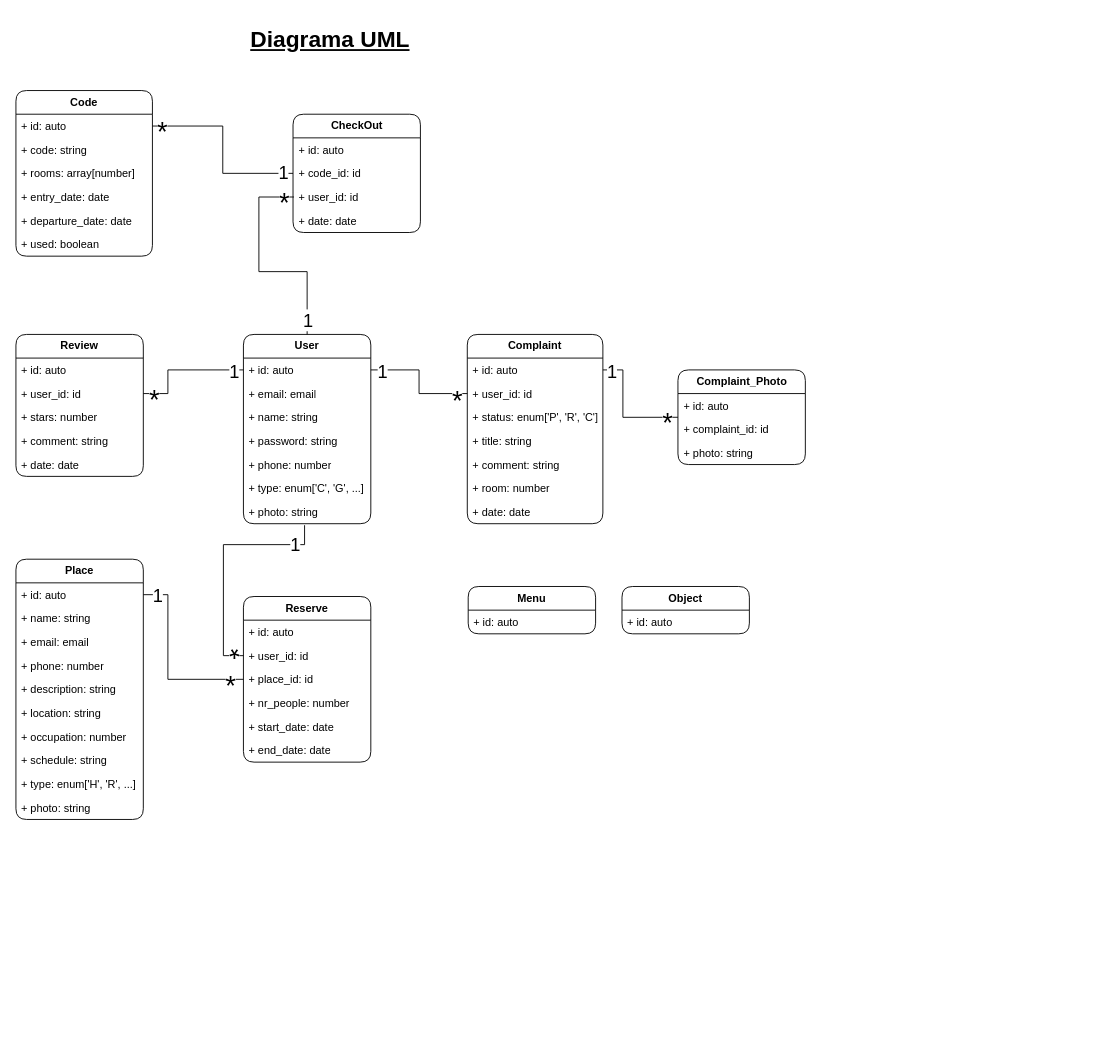
The draw.io diagram page "Diagrama UML" (1 of 2) of HappyGuest.drawio in Happy-Guest/HG-Notes, before the edit. Source tidied: cells renumbered, new cells numbered last; positions are measured from the earlier drawing's top-left corner, leaving out a move shared by most shapes. Both pictures are drawn from the tidied source at 91%, with x=0, y=0 at pixel (15, 15).
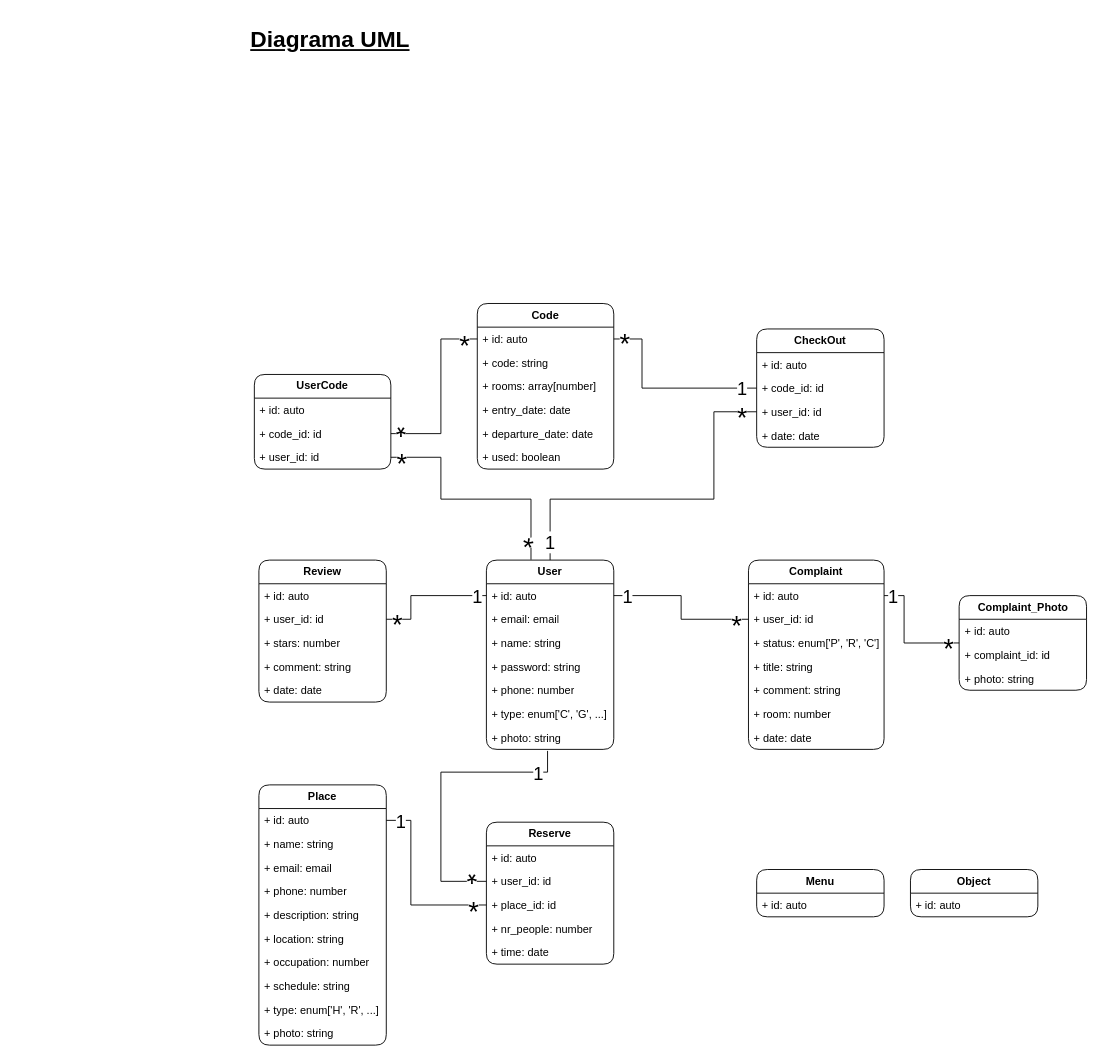
The same diagram, later.

The change refers to these unchanged cells:
```xml
<mxCell id="3" value="+ id: auto" style="text;strokeColor=none;fillColor=none;align=left;verticalAlign=top;spacingLeft=4;spacingRight=4;overflow=hidden;points=[[0,0.5],[1,0.5]];portConstraint=eastwest;whiteSpace=wrap;html=1;" parent="2" vertex="1">
  <mxGeometry y="26" width="140" height="26" as="geometry" />
</mxCell>
<mxCell id="9" value="+ photo: string" style="text;strokeColor=none;fillColor=none;align=left;verticalAlign=top;spacingLeft=4;spacingRight=4;overflow=hidden;points=[[0,0.5],[1,0.5]];portConstraint=eastwest;whiteSpace=wrap;html=1;" parent="2" vertex="1">
  <mxGeometry y="182" width="140" height="26" as="geometry" />
</mxCell>
<mxCell id="12" value="+ id: auto" style="text;strokeColor=none;fillColor=none;align=left;verticalAlign=top;spacingLeft=4;spacingRight=4;overflow=hidden;points=[[0,0.5],[1,0.5]];portConstraint=eastwest;whiteSpace=wrap;html=1;" parent="11" vertex="1">
  <mxGeometry y="26" width="150" height="26" as="geometry" />
</mxCell>
<mxCell id="19" value="+ id: auto" style="text;strokeColor=none;fillColor=none;align=left;verticalAlign=top;spacingLeft=4;spacingRight=4;overflow=hidden;points=[[0,0.5],[1,0.5]];portConstraint=eastwest;whiteSpace=wrap;html=1;" parent="18" vertex="1">
  <mxGeometry y="26" width="149" height="26" as="geometry" />
</mxCell>
<mxCell id="28" value="+ user_id: id" style="text;strokeColor=none;fillColor=none;align=left;verticalAlign=top;spacingLeft=4;spacingRight=4;overflow=hidden;points=[[0,0.5],[1,0.5]];portConstraint=eastwest;whiteSpace=wrap;html=1;" parent="26" vertex="1">
  <mxGeometry y="52" width="140" height="26" as="geometry" />
</mxCell>
<mxCell id="33" value="+ id: auto" style="text;strokeColor=none;fillColor=none;align=left;verticalAlign=top;spacingLeft=4;spacingRight=4;overflow=hidden;points=[[0,0.5],[1,0.5]];portConstraint=eastwest;whiteSpace=wrap;html=1;" parent="32" vertex="1">
  <mxGeometry y="26" width="140" height="26" as="geometry" />
</mxCell>
<mxCell id="37" value="+ id: auto" style="text;strokeColor=none;fillColor=none;align=left;verticalAlign=top;spacingLeft=4;spacingRight=4;overflow=hidden;points=[[0,0.5],[1,0.5]];portConstraint=eastwest;whiteSpace=wrap;html=1;" parent="36" vertex="1">
  <mxGeometry y="26" width="140" height="26" as="geometry" />
</mxCell>
<mxCell id="58" value="+ user_id: id" style="text;strokeColor=none;fillColor=none;align=left;verticalAlign=top;spacingLeft=4;spacingRight=4;overflow=hidden;points=[[0,0.5],[1,0.5]];portConstraint=eastwest;whiteSpace=wrap;html=1;" parent="56" vertex="1">
  <mxGeometry y="52" width="140" height="26" as="geometry" />
</mxCell>
<mxCell id="59" value="+ place_id: id" style="text;strokeColor=none;fillColor=none;align=left;verticalAlign=top;spacingLeft=4;spacingRight=4;overflow=hidden;points=[[0,0.5],[1,0.5]];portConstraint=eastwest;whiteSpace=wrap;html=1;" parent="56" vertex="1">
  <mxGeometry y="78" width="140" height="26" as="geometry" />
</mxCell>
<mxCell id="74" value="+ code_id: id" style="text;strokeColor=none;fillColor=none;align=left;verticalAlign=top;spacingLeft=4;spacingRight=4;overflow=hidden;points=[[0,0.5],[1,0.5]];portConstraint=eastwest;whiteSpace=wrap;html=1;" parent="72" vertex="1">
  <mxGeometry y="52" width="140" height="26" as="geometry" />
</mxCell>
<mxCell id="75" value="+ user_id: id" style="text;strokeColor=none;fillColor=none;align=left;verticalAlign=top;spacingLeft=4;spacingRight=4;overflow=hidden;points=[[0,0.5],[1,0.5]];portConstraint=eastwest;whiteSpace=wrap;html=1;" parent="72" vertex="1">
  <mxGeometry y="78" width="140" height="26" as="geometry" />
</mxCell>
```

Change to the diagram source:
```diff
@@
     <mxCell id="2" value="&lt;b&gt;User&lt;/b&gt;" style="swimlane;fontStyle=0;horizontal=1;startSize=26;fillColor=none;whiteSpace=wrap;html=1;perimeterSpacing=0;rounded=1;" parent="1" vertex="1">
-      <mxGeometry x="250" y="350" width="140" height="208" as="geometry" />
+      <mxGeometry x="517" y="598" width="140" height="208" as="geometry" />
     </mxCell>
@@
     <mxCell id="11" value="&lt;b&gt;Code&lt;/b&gt;" style="swimlane;fontStyle=0;horizontal=1;startSize=26;fillColor=none;whiteSpace=wrap;html=1;perimeterSpacing=0;rounded=1;" parent="1" vertex="1">
-      <mxGeometry y="82" width="150" height="182" as="geometry" />
+      <mxGeometry x="507" y="316" width="150" height="182" as="geometry" />
     </mxCell>
@@
     <mxCell id="18" value="&lt;b&gt;Complaint&lt;/b&gt;" style="swimlane;fontStyle=0;horizontal=1;startSize=26;fillColor=none;whiteSpace=wrap;html=1;perimeterSpacing=0;rounded=1;" parent="1" vertex="1">
-      <mxGeometry x="496" y="350" width="149" height="208" as="geometry" />
+      <mxGeometry x="805" y="598" width="149" height="208" as="geometry" />
     </mxCell>
@@
     <mxCell id="26" value="&lt;b&gt;Review&lt;/b&gt;" style="swimlane;fontStyle=0;horizontal=1;startSize=26;fillColor=none;whiteSpace=wrap;html=1;perimeterSpacing=0;rounded=1;" parent="1" vertex="1">
-      <mxGeometry y="350" width="140" height="156" as="geometry" />
+      <mxGeometry x="267" y="598" width="140" height="156" as="geometry" />
     </mxCell>
@@
     <mxCell id="32" value="&lt;b&gt;Complaint_Photo&lt;/b&gt;" style="swimlane;fontStyle=0;horizontal=1;startSize=26;fillColor=none;whiteSpace=wrap;html=1;perimeterSpacing=0;rounded=1;" parent="1" vertex="1">
-      <mxGeometry x="727.5" y="389" width="140" height="104" as="geometry" />
+      <mxGeometry x="1036.5" y="637" width="140" height="104" as="geometry" />
     </mxCell>
@@
     <mxCell id="36" value="&lt;b&gt;Place&lt;br&gt;&lt;/b&gt;" style="swimlane;fontStyle=0;horizontal=1;startSize=26;fillColor=none;whiteSpace=wrap;html=1;perimeterSpacing=0;rounded=1;" parent="1" vertex="1">
-      <mxGeometry y="597" width="140" height="286" as="geometry" />
+      <mxGeometry x="267" y="845" width="140" height="286" as="geometry" />
     </mxCell>
@@
     <mxCell id="50" style="edgeStyle=orthogonalEdgeStyle;rounded=0;jettySize=auto;html=1;endArrow=none;endFill=0;exitX=0;exitY=1.002;exitDx=0;exitDy=0;exitPerimeter=0;entryX=1;entryY=0.5;entryDx=0;entryDy=0;" parent="1" edge="1" source="33" target="19">
       <mxGeometry relative="1" as="geometry">
         <Array as="points">
-          <mxPoint x="667" y="441" />
-          <mxPoint x="667" y="389" />
+          <mxPoint x="976" y="689" />
+          <mxPoint x="976" y="637" />
         </Array>
       </mxGeometry>
     </mxCell>
@@
     <mxCell id="53" style="edgeStyle=orthogonalEdgeStyle;rounded=0;jettySize=auto;html=1;endArrow=none;endFill=0;exitX=0;exitY=0.5;exitDx=0;exitDy=0;entryX=1;entryY=0.5;entryDx=0;entryDy=0;" parent="1" edge="1" source="3" target="28">
       <mxGeometry relative="1" as="geometry">
         <Array as="points">
-          <mxPoint x="167" y="389" />
-          <mxPoint x="167" y="415" />
+          <mxPoint x="434" y="637" />
+          <mxPoint x="434" y="663" />
         </Array>
       </mxGeometry>
     </mxCell>
@@
     <mxCell id="56" value="&lt;b&gt;Reserve&lt;br&gt;&lt;/b&gt;" style="swimlane;fontStyle=0;horizontal=1;startSize=26;fillColor=none;whiteSpace=wrap;html=1;perimeterSpacing=0;rounded=1;" parent="1" vertex="1">
-      <mxGeometry x="250" y="638" width="140" height="182" as="geometry" />
+      <mxGeometry x="517" y="886" width="140" height="156" as="geometry" />
     </mxCell>
@@
-    <mxCell id="61" value="+ start_date: date" style="text;strokeColor=none;fillColor=none;align=left;verticalAlign=top;spacingLeft=4;spacingRight=4;overflow=hidden;whiteSpace=wrap;html=1;" parent="56" vertex="1">
+    <mxCell id="61" value="+ time: date" style="text;strokeColor=none;fillColor=none;align=left;verticalAlign=top;spacingLeft=4;spacingRight=4;overflow=hidden;whiteSpace=wrap;html=1;" parent="56" vertex="1">
       <mxGeometry y="130" width="140" height="26" as="geometry" />
     </mxCell>
-    <mxCell id="62" value="+ end_date: date" style="text;strokeColor=none;fillColor=none;align=left;verticalAlign=top;spacingLeft=4;spacingRight=4;overflow=hidden;whiteSpace=wrap;html=1;" parent="56" vertex="1">
-      <mxGeometry y="156" width="140" height="26" as="geometry" />
-    </mxCell>
     <mxCell id="63" style="edgeStyle=orthogonalEdgeStyle;rounded=0;jettySize=auto;html=1;entryX=1;entryY=0.5;entryDx=0;entryDy=0;endArrow=none;endFill=0;exitX=0;exitY=0.5;exitDx=0;exitDy=0;" parent="1" edge="1" source="59" target="37">
       <mxGeometry relative="1" as="geometry">
         <Array as="points">
-          <mxPoint x="167" y="729" />
-          <mxPoint x="167" y="636" />
+          <mxPoint x="434" y="977" />
+          <mxPoint x="434" y="884" />
         </Array>
       </mxGeometry>
     </mxCell>
@@
     <mxCell id="66" style="edgeStyle=orthogonalEdgeStyle;rounded=0;jettySize=auto;html=1;endArrow=none;endFill=0;exitX=0;exitY=0.5;exitDx=0;exitDy=0;entryX=0.48;entryY=1.064;entryDx=0;entryDy=0;entryPerimeter=0;" parent="1" edge="1" source="58" target="9">
       <mxGeometry relative="1" as="geometry">
         <Array as="points">
-          <mxPoint x="228" y="703" />
-          <mxPoint x="228" y="581" />
-          <mxPoint x="317" y="581" />
+          <mxPoint x="467" y="951" />
+          <mxPoint x="467" y="831" />
+          <mxPoint x="584" y="831" />
         </Array>
       </mxGeometry>
     </mxCell>
     <mxCell id="67" value="&lt;font style=&quot;font-size: 30px;&quot;&gt;*&lt;/font&gt;" style="edgeLabel;html=1;align=center;verticalAlign=middle;spacing=2;labelBackgroundColor=default;imageHeight=10;imageWidth=24;labelBorderColor=none;rotation=-180;" parent="66" vertex="1">
       <mxGeometry x="-0.92" relative="1" as="geometry">
-        <mxPoint x="2" y="-5" as="offset" />
+        <mxPoint x="-2" y="-5" as="offset" />
       </mxGeometry>
     </mxCell>
     <mxCell id="68" value="&lt;b&gt;Menu&lt;/b&gt;" style="swimlane;fontStyle=0;horizontal=1;startSize=26;fillColor=none;whiteSpace=wrap;html=1;perimeterSpacing=0;rounded=1;" parent="1" vertex="1">
-      <mxGeometry x="497" y="627" width="140" height="52" as="geometry" />
+      <mxGeometry x="814" y="938" width="140" height="52" as="geometry" />
     </mxCell>
@@
     <mxCell id="70" value="&lt;b&gt;Object&lt;/b&gt;" style="swimlane;fontStyle=0;horizontal=1;startSize=26;fillColor=none;whiteSpace=wrap;html=1;perimeterSpacing=0;rounded=1;" parent="1" vertex="1">
-      <mxGeometry x="666" y="627" width="140" height="52" as="geometry" />
+      <mxGeometry x="983" y="938" width="140" height="52" as="geometry" />
     </mxCell>
@@
     <mxCell id="72" value="&lt;b&gt;CheckOut&lt;br&gt;&lt;/b&gt;" style="swimlane;fontStyle=0;horizontal=1;startSize=26;fillColor=none;whiteSpace=wrap;html=1;perimeterSpacing=0;rounded=1;" parent="1" vertex="1">
-      <mxGeometry x="304.5" y="108" width="140" height="130" as="geometry" />
+      <mxGeometry x="814" y="344" width="140" height="130" as="geometry" />
     </mxCell>
@@
-    <mxCell id="77" style="edgeStyle=orthogonalEdgeStyle;rounded=0;orthogonalLoop=1;jettySize=auto;html=1;endArrow=none;endFill=0;exitX=0;exitY=0.5;exitDx=0;exitDy=0;entryX=0.5;entryY=0;entryDx=0;entryDy=0;" parent="1" edge="1">
+    <mxCell id="77" style="edgeStyle=orthogonalEdgeStyle;rounded=0;jettySize=auto;html=1;endArrow=none;endFill=0;exitX=0;exitY=0.5;exitDx=0;exitDy=0;entryX=0.5;entryY=0;entryDx=0;entryDy=0;" parent="1" edge="1" source="75" target="2">
       <mxGeometry relative="1" as="geometry">
-        <mxPoint x="305.5" y="199" as="sourcePoint" />
-        <mxPoint x="320" y="350" as="targetPoint" />
         <Array as="points">
-          <mxPoint x="267" y="199" />
-          <mxPoint x="267" y="281" />
-          <mxPoint x="320" y="281" />
+          <mxPoint x="767" y="435" />
+          <mxPoint x="767" y="531" />
+          <mxPoint x="587" y="531" />
         </Array>
       </mxGeometry>
     </mxCell>
@@
     <mxCell id="79" style="edgeStyle=orthogonalEdgeStyle;rounded=0;jettySize=auto;html=1;entryX=0;entryY=0.5;entryDx=0;entryDy=0;endArrow=none;endFill=0;" parent="1" edge="1" source="12" target="74">
-      <mxGeometry relative="1" as="geometry" />
+      <mxGeometry relative="1" as="geometry">
+        <Array as="points">
+          <mxPoint x="688" y="355.5" />
+          <mxPoint x="688" y="409.5" />
+        </Array>
+      </mxGeometry>
     </mxCell>
     <mxCell id="80" value="&lt;font style=&quot;font-size: 20px;&quot;&gt;1&lt;/font&gt;" style="edgeLabel;html=1;align=center;verticalAlign=middle;" parent="1" vertex="1">
-      <mxGeometry x="293" y="171" as="geometry" />
+      <mxGeometry x="797" y="408" as="geometry" />
     </mxCell>
     <mxCell id="81" value="&lt;font style=&quot;font-size: 30px;&quot;&gt;*&lt;/font&gt;" style="edgeLabel;html=1;align=center;verticalAlign=middle;" parent="1" vertex="1">
-      <mxGeometry x="160" y="126" as="geometry" />
+      <mxGeometry x="668" y="359" as="geometry" />
     </mxCell>
     <mxCell id="82" value="&lt;font style=&quot;font-size: 20px;&quot;&gt;1&lt;/font&gt;" style="edgeLabel;html=1;align=center;verticalAlign=middle;" parent="1" vertex="1">
-      <mxGeometry x="281.5" y="490" as="geometry">
+      <mxGeometry x="548.5" y="741" as="geometry">
         <mxPoint x="25" y="90" as="offset" />
       </mxGeometry>
     </mxCell>
     <mxCell id="83" value="&lt;font style=&quot;font-size: 20px;&quot;&gt;1&lt;/font&gt;" style="edgeLabel;html=1;align=center;verticalAlign=middle;" parent="1" vertex="1">
-      <mxGeometry x="320" y="333" as="geometry" />
+      <mxGeometry x="586" y="577" as="geometry" />
     </mxCell>
+    <mxCell id="84" value="&lt;b&gt;UserCode&lt;/b&gt;" style="swimlane;fontStyle=0;horizontal=1;startSize=26;fillColor=none;whiteSpace=wrap;html=1;perimeterSpacing=0;rounded=1;" parent="1" vertex="1">
+      <mxGeometry x="262" y="394" width="150" height="104" as="geometry" />
+    </mxCell>
+    <mxCell id="85" value="+ id: auto" style="text;strokeColor=none;fillColor=none;align=left;verticalAlign=top;spacingLeft=4;spacingRight=4;overflow=hidden;whiteSpace=wrap;html=1;" parent="84" vertex="1">
+      <mxGeometry y="26" width="150" height="26" as="geometry" />
+    </mxCell>
+    <mxCell id="86" value="+ code_id: id" style="text;strokeColor=none;fillColor=none;align=left;verticalAlign=top;spacingLeft=4;spacingRight=4;overflow=hidden;points=[[0,0.5],[1,0.5]];portConstraint=eastwest;whiteSpace=wrap;html=1;" parent="84" vertex="1">
+      <mxGeometry y="52" width="150" height="26" as="geometry" />
+    </mxCell>
+    <mxCell id="87" value="+ user_id: id" style="text;strokeColor=none;fillColor=none;align=left;verticalAlign=top;spacingLeft=4;spacingRight=4;overflow=hidden;points=[[0,0.5],[1,0.5]];portConstraint=eastwest;whiteSpace=wrap;html=1;" parent="84" vertex="1">
+      <mxGeometry y="78" width="150" height="26" as="geometry" />
+    </mxCell>
+    <mxCell id="88" style="edgeStyle=orthogonalEdgeStyle;rounded=0;jettySize=auto;html=1;entryX=0;entryY=0.5;entryDx=0;entryDy=0;endArrow=none;endFill=0;exitX=1;exitY=0.5;exitDx=0;exitDy=0;" parent="1" edge="1" source="86" target="12">
+      <mxGeometry relative="1" as="geometry">
+        <Array as="points">
+          <mxPoint x="467" y="459" />
+          <mxPoint x="467" y="355" />
+        </Array>
+      </mxGeometry>
+    </mxCell>
+    <mxCell id="89" style="edgeStyle=orthogonalEdgeStyle;rounded=0;jettySize=auto;html=1;endArrow=none;endFill=0;entryX=0.35;entryY=-0.002;entryDx=0;entryDy=0;entryPerimeter=0;exitX=1;exitY=0.5;exitDx=0;exitDy=0;" parent="1" edge="1" source="87" target="2">
+      <mxGeometry relative="1" as="geometry">
+        <Array as="points">
+          <mxPoint x="467" y="485" />
+          <mxPoint x="467" y="531" />
+          <mxPoint x="566" y="531" />
+        </Array>
+      </mxGeometry>
+    </mxCell>
+    <mxCell id="90" value="&lt;font style=&quot;font-size: 30px;&quot;&gt;*&lt;/font&gt;" style="edgeLabel;html=1;align=center;verticalAlign=middle;rotation=80;" parent="1" vertex="1">
+      <mxGeometry x="560" y="579" as="geometry" />
+    </mxCell>
+    <mxCell id="91" value="&lt;font style=&quot;font-size: 30px;&quot;&gt;*&lt;/font&gt;" style="edgeLabel;html=1;align=center;verticalAlign=middle;" parent="1" vertex="1">
+      <mxGeometry x="423" y="491" as="geometry" />
+    </mxCell>
+    <mxCell id="92" value="&lt;font style=&quot;font-size: 30px;&quot;&gt;*&lt;/font&gt;" style="edgeLabel;html=1;align=center;verticalAlign=middle;rotation=-180;" parent="1" vertex="1">
+      <mxGeometry x="424.5" y="454" as="geometry" />
+    </mxCell>
+    <mxCell id="93" value="&lt;font style=&quot;font-size: 30px;&quot;&gt;*&lt;/font&gt;" style="edgeLabel;html=1;align=center;verticalAlign=middle;" parent="1" vertex="1">
+      <mxGeometry x="492" y="361" as="geometry" />
+    </mxCell>
```
